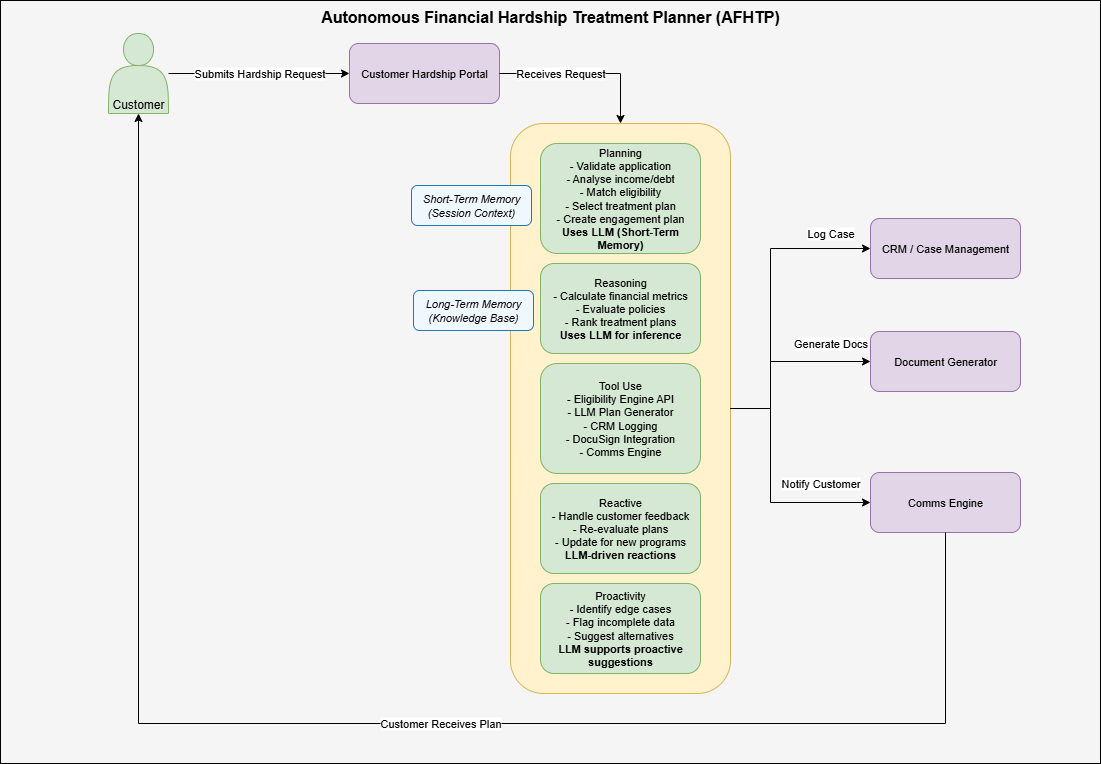
Above: imagesApp/afhtp_overview.png in npkum/agenticai (draw.io), before the change. Source tidied: cells renumbered, new cells last; positions are measured from the earlier drawing's top-left corner, leaving out a move shared by most shapes. Source of this version:
```xml
<mxGraphModel>
  <root>
    <mxCell id="0" />
    <mxCell id="1" parent="0" />
    <mxCell id="2" value="Autonomous Financial Hardship Treatment Planner (AFHTP)" style="rounded=0;whiteSpace=wrap;html=1;fontSize=16;fontStyle=1;fillColor=#f5f5f5;strokeColor=#000000;verticalAlign=top;" parent="1" vertex="1">
      <mxGeometry width="1100" height="763" as="geometry" />
    </mxCell>
    <mxCell id="3" value="Customer" style="shape=actor;whiteSpace=wrap;html=1;fillColor=#d5e8d4;strokeColor=#82b366;verticalAlign=bottom;" parent="1" vertex="1">
      <mxGeometry x="108" y="33" width="60" height="80" as="geometry" />
    </mxCell>
    <mxCell id="4" value="Submits Hardship Request" style="edgeStyle=orthogonalEdgeStyle;rounded=0;html=1;" parent="1" edge="1" source="3" target="5">
      <mxGeometry relative="1" as="geometry" />
    </mxCell>
    <mxCell id="5" value="Customer Hardship Portal" style="rounded=1;whiteSpace=wrap;html=1;fillColor=#e1d5e7;strokeColor=#9673a6;fontSize=11;" parent="1" vertex="1">
      <mxGeometry x="349" y="43" width="150" height="60" as="geometry" />
    </mxCell>
    <mxCell id="6" value="AFTP (Agentic AI)" style="rounded=1;whiteSpace=wrap;html=1;fillColor=#fff2cc;strokeColor=#d6b656;" parent="1" vertex="1">
      <mxGeometry x="510" y="123" width="220" height="570" as="geometry" />
    </mxCell>
    <mxCell id="7" value="Receives Request" style="edgeStyle=orthogonalEdgeStyle;rounded=0;html=1;" parent="1" edge="1" source="5" target="6">
      <mxGeometry x="-0.29" relative="1" as="geometry" />
    </mxCell>
    <mxCell id="8" value="Planning&lt;br&gt;- Validate application&lt;br&gt;- Analyse income/debt&lt;br&gt;- Match eligibility&lt;br&gt;- Select treatment plan&lt;br&gt;- Create engagement plan&lt;br&gt;&lt;b&gt;Uses LLM (Short-Term Memory)&lt;/b&gt;" style="rounded=1;whiteSpace=wrap;html=1;fillColor=#d5e8d4;strokeColor=#82b366;fontSize=11;" parent="1" vertex="1">
      <mxGeometry x="540" y="143" width="160" height="110" as="geometry" />
    </mxCell>
    <mxCell id="9" value="Reasoning&lt;br&gt;- Calculate financial metrics&lt;br&gt;- Evaluate policies&lt;br&gt;- Rank treatment plans&lt;br&gt;&lt;b&gt;Uses LLM for inference&lt;/b&gt;" style="rounded=1;whiteSpace=wrap;html=1;fillColor=#d5e8d4;strokeColor=#82b366;fontSize=11;" parent="1" vertex="1">
      <mxGeometry x="540" y="263" width="160" height="90" as="geometry" />
    </mxCell>
    <mxCell id="10" value="Tool Use&lt;br&gt;- Eligibility Engine API&lt;br&gt;- LLM Plan Generator&lt;br&gt;- CRM Logging&lt;br&gt;- DocuSign Integration&lt;br&gt;- Comms Engine" style="rounded=1;whiteSpace=wrap;html=1;fillColor=#d5e8d4;strokeColor=#82b366;fontSize=11;" parent="1" vertex="1">
      <mxGeometry x="540" y="363" width="160" height="110" as="geometry" />
    </mxCell>
    <mxCell id="11" value="Reactive&lt;br&gt;- Handle customer feedback&lt;br&gt;- Re-evaluate plans&lt;br&gt;- Update for new programs&lt;br&gt;&lt;b&gt;LLM-driven reactions&lt;/b&gt;" style="rounded=1;whiteSpace=wrap;html=1;fillColor=#d5e8d4;strokeColor=#82b366;fontSize=11;" parent="1" vertex="1">
      <mxGeometry x="540" y="483" width="160" height="90" as="geometry" />
    </mxCell>
    <mxCell id="12" value="Proactivity&lt;br&gt;- Identify edge cases&lt;br&gt;- Flag incomplete data&lt;br&gt;- Suggest alternatives&lt;br&gt;&lt;b&gt;LLM supports proactive suggestions&lt;/b&gt;" style="rounded=1;whiteSpace=wrap;html=1;fillColor=#d5e8d4;strokeColor=#82b366;fontSize=11;" parent="1" vertex="1">
      <mxGeometry x="540" y="583" width="160" height="90" as="geometry" />
    </mxCell>
    <mxCell id="13" value="Short-Term Memory (Session Context)" style="rounded=1;whiteSpace=wrap;html=1;fillColor=#f0f8ff;strokeColor=#1f78b4;fontSize=11;fontStyle=2;" parent="1" vertex="1">
      <mxGeometry x="411" y="185" width="120" height="40" as="geometry" />
    </mxCell>
    <mxCell id="14" value="Long-Term Memory (Knowledge Base)" style="rounded=1;whiteSpace=wrap;html=1;fillColor=#f0f8ff;strokeColor=#1f78b4;fontSize=11;fontStyle=2;" parent="1" vertex="1">
      <mxGeometry x="413" y="290" width="120" height="40" as="geometry" />
    </mxCell>
    <mxCell id="15" value="CRM / Case Management" style="rounded=1;whiteSpace=wrap;html=1;fillColor=#e1d5e7;strokeColor=#9673a6;fontSize=11;" parent="1" vertex="1">
      <mxGeometry x="870" y="218" width="150" height="60" as="geometry" />
    </mxCell>
    <mxCell id="16" value="Log Case" style="edgeStyle=orthogonalEdgeStyle;rounded=0;html=1;" parent="1" edge="1" source="6" target="15">
      <mxGeometry x="0.73" y="15" relative="1" as="geometry">
        <Array as="points">
          <mxPoint x="770" y="408" />
          <mxPoint x="770" y="248" />
        </Array>
      </mxGeometry>
    </mxCell>
    <mxCell id="17" value="Document Generator" style="rounded=1;whiteSpace=wrap;html=1;fillColor=#e1d5e7;strokeColor=#9673a6;fontSize=11;" parent="1" vertex="1">
      <mxGeometry x="870" y="331" width="150" height="60" as="geometry" />
    </mxCell>
    <mxCell id="18" value="Generate Docs" style="edgeStyle=orthogonalEdgeStyle;rounded=0;html=1;" parent="1" edge="1" source="6" target="17">
      <mxGeometry x="0.57" y="18" relative="1" as="geometry">
        <Array as="points">
          <mxPoint x="770" y="408" />
          <mxPoint x="770" y="361" />
        </Array>
      </mxGeometry>
    </mxCell>
    <mxCell id="19" value="Comms Engine" style="rounded=1;whiteSpace=wrap;html=1;fillColor=#e1d5e7;strokeColor=#9673a6;fontSize=11;" parent="1" vertex="1">
      <mxGeometry x="870" y="472" width="150" height="60" as="geometry" />
    </mxCell>
    <mxCell id="20" value="Notify Customer" style="edgeStyle=orthogonalEdgeStyle;rounded=0;html=1;" parent="1" edge="1" source="6" target="19">
      <mxGeometry x="0.57" y="19" relative="1" as="geometry">
        <Array as="points">
          <mxPoint x="770" y="408" />
          <mxPoint x="770" y="502" />
        </Array>
      </mxGeometry>
    </mxCell>
    <mxCell id="21" value="Customer Receives Plan" style="edgeStyle=orthogonalEdgeStyle;rounded=0;html=1;" parent="1" edge="1" source="19" target="3">
      <mxGeometry x="-0.13" relative="1" as="geometry">
        <Array as="points">
          <mxPoint x="945" y="723" />
          <mxPoint x="138" y="723" />
        </Array>
      </mxGeometry>
    </mxCell>
  </root>
</mxGraphModel>
```
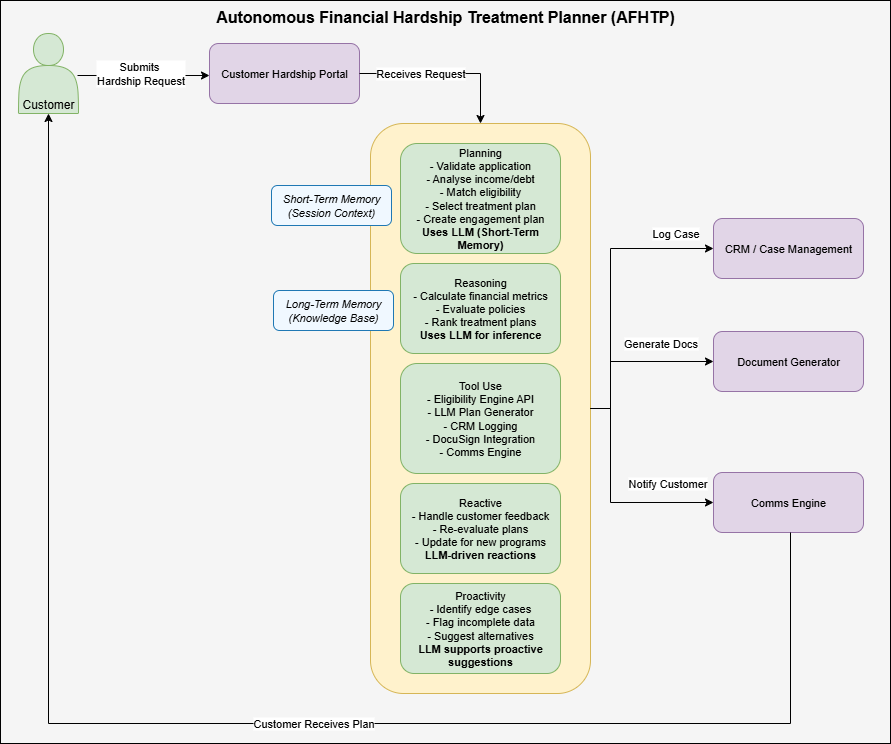
The same diagram one commit later.

What changed in the source:
```diff
@@ -3,13 +3,16 @@
     <mxCell id="0" />
     <mxCell id="1" parent="0" />
     <mxCell id="2" value="Autonomous Financial Hardship Treatment Planner (AFHTP)" style="rounded=0;whiteSpace=wrap;html=1;fontSize=16;fontStyle=1;fillColor=#f5f5f5;strokeColor=#000000;verticalAlign=top;" parent="1" vertex="1">
-      <mxGeometry width="1100" height="763" as="geometry" />
+      <mxGeometry x="140" width="890" height="743" as="geometry" />
     </mxCell>
     <mxCell id="3" value="Customer" style="shape=actor;whiteSpace=wrap;html=1;fillColor=#d5e8d4;strokeColor=#82b366;verticalAlign=bottom;" parent="1" vertex="1">
-      <mxGeometry x="108" y="33" width="60" height="80" as="geometry" />
+      <mxGeometry x="158" y="33" width="60" height="80" as="geometry" />
     </mxCell>
-    <mxCell id="4" value="Submits Hardship Request" style="edgeStyle=orthogonalEdgeStyle;rounded=0;html=1;" parent="1" edge="1" source="3" target="5">
-      <mxGeometry relative="1" as="geometry" />
+    <mxCell id="4" value="Submits&amp;nbsp;&lt;div&gt;Hardship Request&lt;/div&gt;" style="edgeStyle=orthogonalEdgeStyle;rounded=0;html=1;entryX=0;entryY=0.5;entryDx=0;entryDy=0;" parent="1" edge="1">
+      <mxGeometry x="-0.05" y="2" relative="1" as="geometry">
+        <mxPoint x="217" y="75" as="sourcePoint" />
+        <mxPoint x="349" y="75" as="targetPoint" />
+      </mxGeometry>
     </mxCell>
     <mxCell id="5" value="Customer Hardship Portal" style="rounded=1;whiteSpace=wrap;html=1;fillColor=#e1d5e7;strokeColor=#9673a6;fontSize=11;" parent="1" vertex="1">
       <mxGeometry x="349" y="43" width="150" height="60" as="geometry" />
@@ -42,43 +45,43 @@
       <mxGeometry x="413" y="290" width="120" height="40" as="geometry" />
     </mxCell>
     <mxCell id="15" value="CRM / Case Management" style="rounded=1;whiteSpace=wrap;html=1;fillColor=#e1d5e7;strokeColor=#9673a6;fontSize=11;" parent="1" vertex="1">
-      <mxGeometry x="870" y="218" width="150" height="60" as="geometry" />
+      <mxGeometry x="853" y="218" width="150" height="60" as="geometry" />
     </mxCell>
     <mxCell id="16" value="Log Case" style="edgeStyle=orthogonalEdgeStyle;rounded=0;html=1;" parent="1" edge="1" source="6" target="15">
       <mxGeometry x="0.73" y="15" relative="1" as="geometry">
         <Array as="points">
-          <mxPoint x="770" y="408" />
-          <mxPoint x="770" y="248" />
+          <mxPoint x="750" y="408" />
+          <mxPoint x="750" y="248" />
         </Array>
       </mxGeometry>
     </mxCell>
     <mxCell id="17" value="Document Generator" style="rounded=1;whiteSpace=wrap;html=1;fillColor=#e1d5e7;strokeColor=#9673a6;fontSize=11;" parent="1" vertex="1">
-      <mxGeometry x="870" y="331" width="150" height="60" as="geometry" />
+      <mxGeometry x="853" y="331" width="150" height="60" as="geometry" />
     </mxCell>
     <mxCell id="18" value="Generate Docs" style="edgeStyle=orthogonalEdgeStyle;rounded=0;html=1;" parent="1" edge="1" source="6" target="17">
-      <mxGeometry x="0.57" y="18" relative="1" as="geometry">
+      <mxGeometry x="0.38" y="18" relative="1" as="geometry">
         <Array as="points">
-          <mxPoint x="770" y="408" />
-          <mxPoint x="770" y="361" />
+          <mxPoint x="750" y="408" />
+          <mxPoint x="750" y="361" />
         </Array>
       </mxGeometry>
     </mxCell>
     <mxCell id="19" value="Comms Engine" style="rounded=1;whiteSpace=wrap;html=1;fillColor=#e1d5e7;strokeColor=#9673a6;fontSize=11;" parent="1" vertex="1">
-      <mxGeometry x="870" y="472" width="150" height="60" as="geometry" />
+      <mxGeometry x="853" y="472" width="150" height="60" as="geometry" />
     </mxCell>
     <mxCell id="20" value="Notify Customer" style="edgeStyle=orthogonalEdgeStyle;rounded=0;html=1;" parent="1" edge="1" source="6" target="19">
       <mxGeometry x="0.57" y="19" relative="1" as="geometry">
         <Array as="points">
-          <mxPoint x="770" y="408" />
-          <mxPoint x="770" y="502" />
+          <mxPoint x="750" y="408" />
+          <mxPoint x="750" y="502" />
         </Array>
       </mxGeometry>
     </mxCell>
     <mxCell id="21" value="Customer Receives Plan" style="edgeStyle=orthogonalEdgeStyle;rounded=0;html=1;" parent="1" edge="1" source="19" target="3">
       <mxGeometry x="-0.13" relative="1" as="geometry">
         <Array as="points">
-          <mxPoint x="945" y="723" />
-          <mxPoint x="138" y="723" />
+          <mxPoint x="930" y="723" />
+          <mxPoint x="188" y="723" />
         </Array>
       </mxGeometry>
     </mxCell>
```
